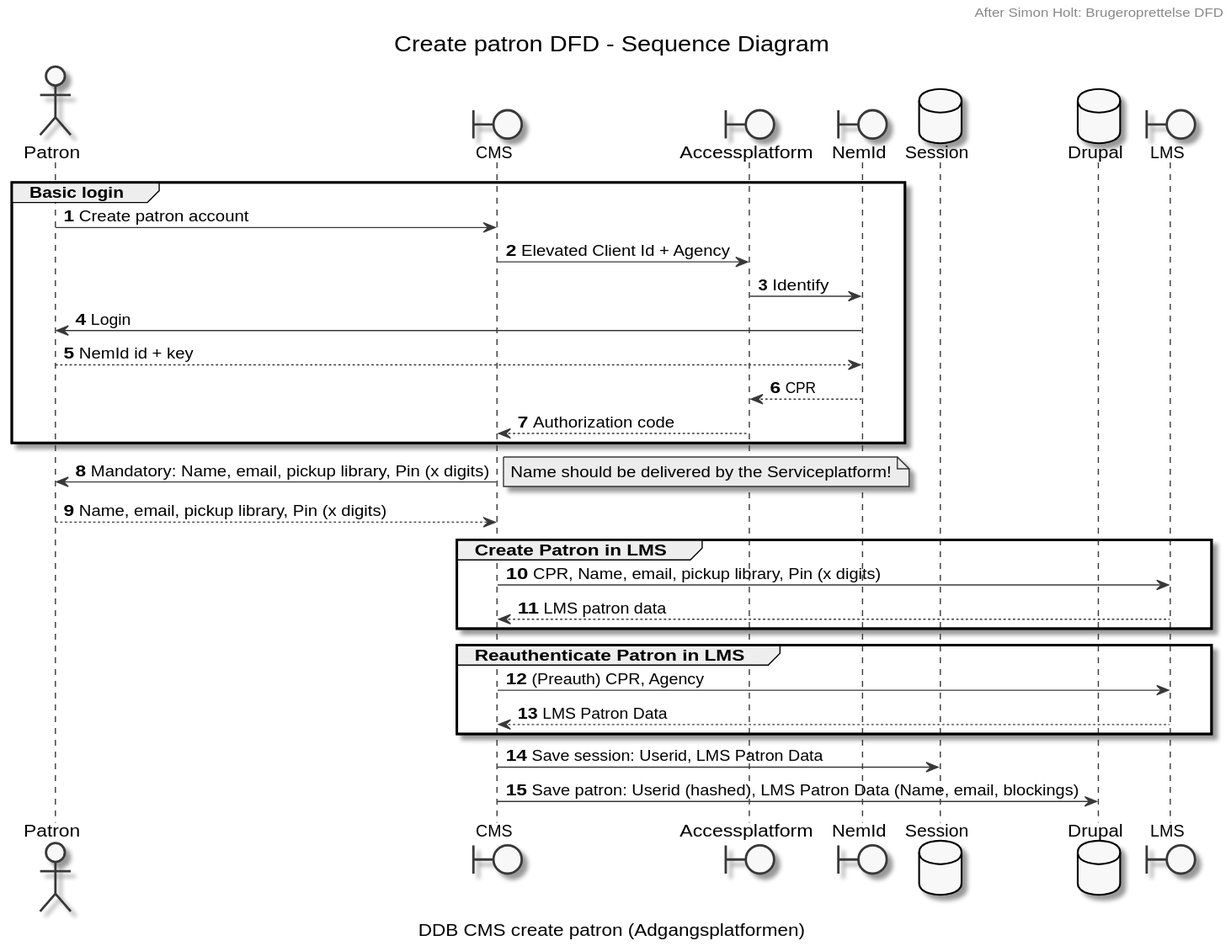
Above: docs/create-patron-dfd.svg in danskernesdigitalebibliotek/plantuml (PlantUML), before the change.
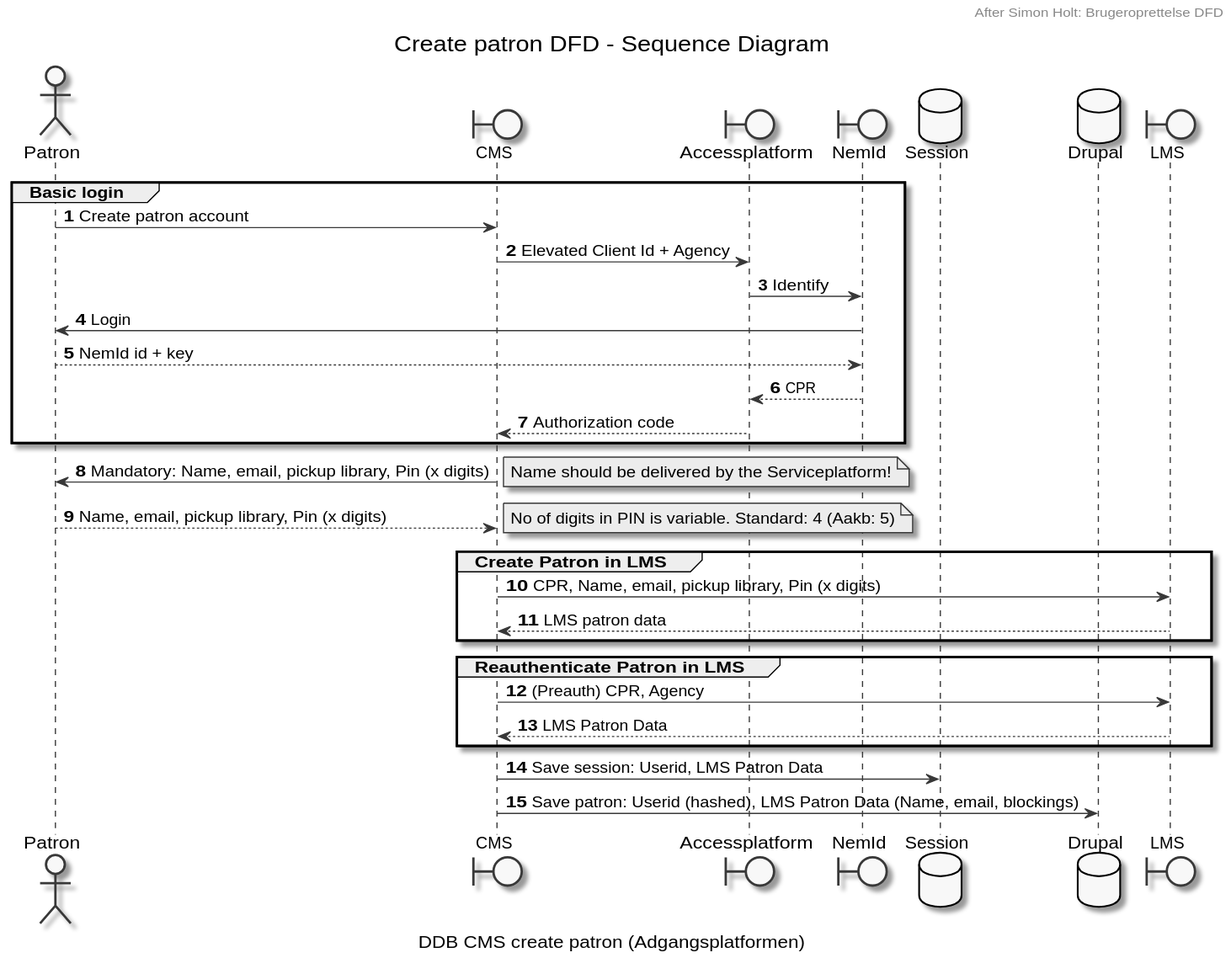
Later version of the same file.

The edit, as a diff of the source:
```diff
@@ -17,6 +17,7 @@
 
 
 group Basic login
+
     USER -> CMS: Create patron account
     CMS -> AP: Elevated Client Id + Agency
     AP -> NEMID: Identify
@@ -26,11 +27,15 @@
     CMS <-- AP: Authorization code
 end
 
+
     CMS -> USER: Mandatory: Name, email, pickup library, Pin (x digits)
     note right
         Name should be delivered by the Serviceplatform!
     end note
     CMS <-- USER: Name, email, pickup library, Pin (x digits)
+    note right
+        No of digits in PIN is variable. Standard: 4 (Aakb: 5)
+    end note
 
 group Create Patron in LMS
     CMS -> LMS: CPR, Name, email, pickup library, Pin (x digits)
```
